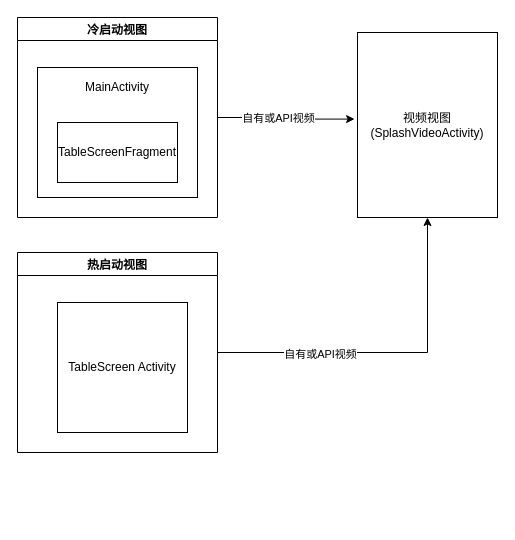
HengqianSong/drawIO keeps this draw.io diagram as moji/开屏结构图.drawio. Above is the earlier version. Source tidied: cells renumbered, new cells numbered last; positions are measured from the earlier drawing's top-left corner, leaving out a move shared by most shapes. Both pictures are drawn from the tidied source at 100%, with x=0, y=0 at pixel (17, 17).
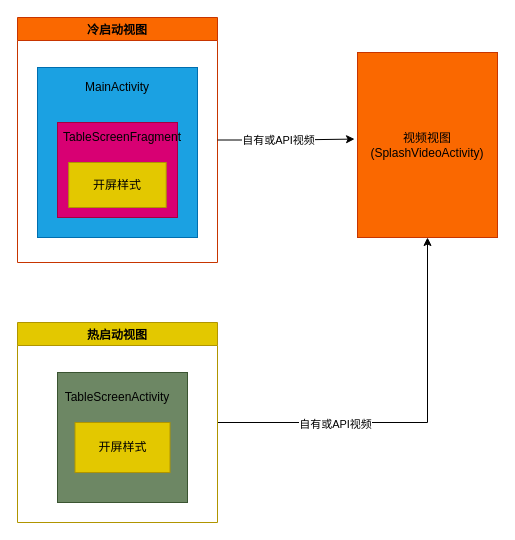
The same page after the edit.

Commit message:
更新开屏结构图.drawio

Diff of the diagram source:
```diff
@@
 <mxGraphModel>
   <root>
     <mxCell id="0" />
     <mxCell id="1" parent="0" />
-    <mxCell id="2" value="冷启动视图" style="swimlane;" parent="1" vertex="1">
-      <mxGeometry width="200" height="200" as="geometry" />
+    <mxCell id="2" value="冷启动视图" style="swimlane;fillColor=#fa6800;fontColor=#000000;strokeColor=#C73500;" parent="1" vertex="1">
+      <mxGeometry width="200" height="245" as="geometry" />
     </mxCell>
-    <mxCell id="3" style="rounded=0;whiteSpace=wrap;html=1;" parent="2" vertex="1">
-      <mxGeometry x="20" y="50" width="160" height="130" as="geometry" />
+    <mxCell id="3" style="rounded=0;whiteSpace=wrap;html=1;fillColor=#1ba1e2;fontColor=#ffffff;strokeColor=#006EAF;" parent="2" vertex="1">
+      <mxGeometry x="20" y="50" width="160" height="170" as="geometry" />
     </mxCell>
     <mxCell id="4" value="MainActivity" style="text;html=1;strokeColor=none;fillColor=none;align=center;verticalAlign=middle;whiteSpace=wrap;rounded=0;" parent="2" vertex="1">
       <mxGeometry x="70" y="55" width="60" height="30" as="geometry" />
     </mxCell>
-    <mxCell id="5" value="TableScreenFragment" style="rounded=0;whiteSpace=wrap;html=1;" parent="2" vertex="1">
-      <mxGeometry x="40" y="105" width="120" height="60" as="geometry" />
+    <mxCell id="5" style="rounded=0;whiteSpace=wrap;html=1;fillColor=#d80073;fontColor=#ffffff;strokeColor=#A50040;" parent="2" vertex="1">
+      <mxGeometry x="40" y="105" width="120" height="95" as="geometry" />
     </mxCell>
+    <mxCell id="13" value="TableScreenFragment" style="text;html=1;strokeColor=none;fillColor=none;align=center;verticalAlign=middle;whiteSpace=wrap;rounded=0;" parent="2" vertex="1">
+      <mxGeometry x="75" y="105" width="60" height="30" as="geometry" />
+    </mxCell>
+    <mxCell id="14" value="开屏样式" style="rounded=0;whiteSpace=wrap;html=1;fillColor=#e3c800;fontColor=#000000;strokeColor=#B09500;" parent="2" vertex="1">
+      <mxGeometry x="51.2" y="145" width="97.5" height="45" as="geometry" />
+    </mxCell>
-    <mxCell id="6" value="视频视图&lt;br&gt;(SplashVideoActivity&lt;span style=&quot;background-color: initial;&quot;&gt;)&lt;/span&gt;" style="rounded=0;whiteSpace=wrap;html=1;" parent="1" vertex="1">
-      <mxGeometry x="340" y="15" width="140" height="185" as="geometry" />
+    <mxCell id="6" value="视频视图&lt;br&gt;(SplashVideoActivity&lt;span style=&quot;background-color: initial;&quot;&gt;)&lt;/span&gt;" style="rounded=0;whiteSpace=wrap;html=1;fillColor=#fa6800;fontColor=#000000;strokeColor=#C73500;" parent="1" vertex="1">
+      <mxGeometry x="340" y="35" width="140" height="185" as="geometry" />
     </mxCell>
     <mxCell id="7" style="edgeStyle=orthogonalEdgeStyle;rounded=0;jettySize=auto;html=1;exitX=1;exitY=0.5;exitDx=0;exitDy=0;entryX=-0.021;entryY=0.468;entryDx=0;entryDy=0;entryPerimeter=0;" parent="1" edge="1" source="2" target="6">
       <mxGeometry relative="1" as="geometry" />
     </mxCell>
     <mxCell id="8" value="自有或API视频" style="edgeLabel;html=1;align=center;verticalAlign=middle;" parent="7" vertex="1">
       <mxGeometry x="-0.13" y="1" relative="1" as="geometry">
         <mxPoint y="1" as="offset" />
       </mxGeometry>
     </mxCell>
     <mxCell id="9" style="edgeStyle=orthogonalEdgeStyle;rounded=0;jettySize=auto;html=1;entryX=0.5;entryY=1;entryDx=0;entryDy=0;" parent="1" edge="1" source="11" target="6">
       <mxGeometry relative="1" as="geometry" />
     </mxCell>
     <mxCell id="10" value="自有或API视频" style="edgeLabel;html=1;align=center;verticalAlign=middle;" parent="9" vertex="1">
       <mxGeometry x="-0.41" y="-1" relative="1" as="geometry" />
     </mxCell>
-    <mxCell id="11" value="热启动视图" style="swimlane;" parent="1" vertex="1">
-      <mxGeometry y="235" width="200" height="200" as="geometry" />
+    <mxCell id="11" value="热启动视图" style="swimlane;fillColor=#e3c800;fontColor=#000000;strokeColor=#B09500;" parent="1" vertex="1">
+      <mxGeometry y="305" width="200" height="200" as="geometry" />
     </mxCell>
-    <mxCell id="12" value="TableScreen Activity" style="rounded=0;whiteSpace=wrap;html=1;" parent="11" vertex="1">
+    <mxCell id="12" style="rounded=0;whiteSpace=wrap;html=1;fillColor=#6d8764;fontColor=#ffffff;strokeColor=#3A5431;" parent="11" vertex="1">
       <mxGeometry x="40" y="50" width="130" height="130" as="geometry" />
     </mxCell>
+    <mxCell id="15" value="开屏样式" style="rounded=0;whiteSpace=wrap;html=1;fillColor=#e3c800;fontColor=#000000;strokeColor=#B09500;" parent="11" vertex="1">
+      <mxGeometry x="57.5" y="100" width="95" height="50" as="geometry" />
+    </mxCell>
+    <mxCell id="16" value="TableScreenActivity" style="text;html=1;strokeColor=none;fillColor=none;align=center;verticalAlign=middle;whiteSpace=wrap;rounded=0;" parent="11" vertex="1">
+      <mxGeometry x="70" y="60" width="60" height="30" as="geometry" />
+    </mxCell>
   </root>
 </mxGraphModel>
```
